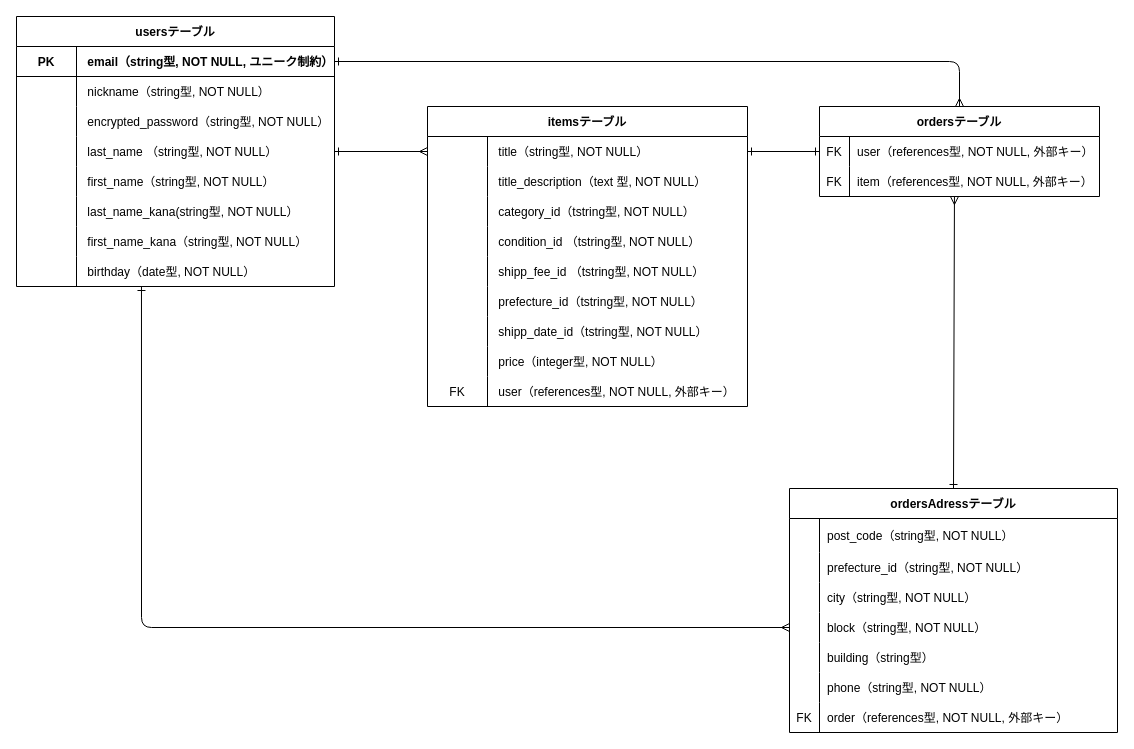
The draw.io diagram ER.dio in kiyo0522/furima-40252, before the edit. Source tidied: cells renumbered, new cells numbered last; positions are measured from the earlier drawing's top-left corner, leaving out a move shared by most shapes. Both pictures are drawn from the tidied source at 100%, with x=0, y=0 at pixel (1, 16).
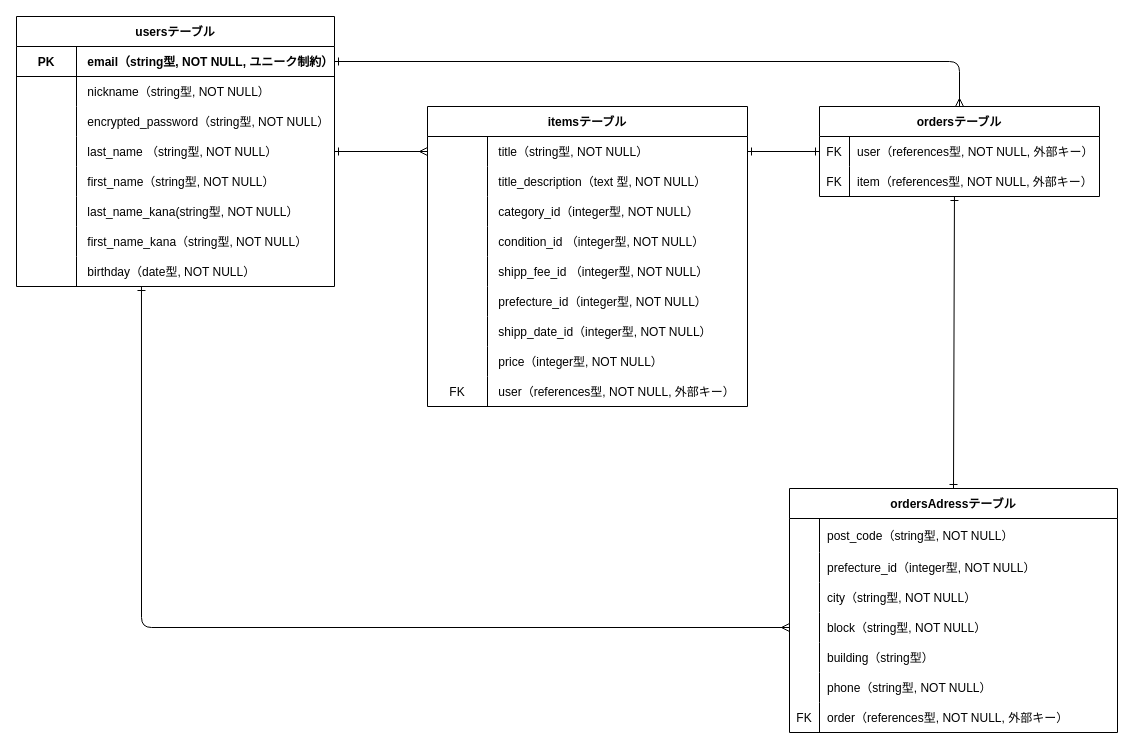
The same diagram, later.

Commit message (it also covers changes not shown here):
データベース設計の修正2

The change refers to these unchanged cells:
```xml
<mxCell id="37" style="shape=tableRow;horizontal=0;startSize=0;swimlaneHead=0;swimlaneBody=0;fillColor=none;top=0;left=0;right=0;bottom=0;" parent="30" vertex="1">
  <mxGeometry y="90" width="320" height="30" as="geometry" />
</mxCell>
<mxCell id="40" style="shape=tableRow;horizontal=0;startSize=0;swimlaneHead=0;swimlaneBody=0;fillColor=none;top=0;left=0;right=0;bottom=0;" parent="30" vertex="1">
  <mxGeometry y="120" width="320" height="30" as="geometry" />
</mxCell>
<mxCell id="43" style="shape=tableRow;horizontal=0;startSize=0;swimlaneHead=0;swimlaneBody=0;fillColor=none;top=0;left=0;right=0;bottom=0;" parent="30" vertex="1">
  <mxGeometry y="150" width="320" height="30" as="geometry" />
</mxCell>
<mxCell id="46" style="shape=tableRow;horizontal=0;startSize=0;swimlaneHead=0;swimlaneBody=0;fillColor=none;top=0;left=0;right=0;bottom=0;" parent="30" vertex="1">
  <mxGeometry y="180" width="320" height="30" as="geometry" />
</mxCell>
<mxCell id="49" style="shape=tableRow;horizontal=0;startSize=0;swimlaneHead=0;swimlaneBody=0;fillColor=none;top=0;left=0;right=0;bottom=0;" parent="30" vertex="1">
  <mxGeometry y="210" width="320" height="30" as="geometry" />
</mxCell>
<mxCell id="64" style="shape=tableRow;horizontal=0;startSize=0;swimlaneHead=0;swimlaneBody=0;fillColor=none;points=[[0,0.5],[1,0.5]];portConstraint=eastwest;top=0;left=0;right=0;bottom=0;strokeColor=default;" parent="60" vertex="1">
  <mxGeometry y="60" width="280" height="30" as="geometry" />
</mxCell>
<mxCell id="67" value="ordersAdressテーブル" style="shape=table;startSize=30;childLayout=tableLayout;rowLines=0;fontStyle=1;align=center;strokeColor=default;" parent="1" vertex="1">
  <mxGeometry x="788" y="472" width="328" height="244" as="geometry" />
</mxCell>
<mxCell id="71" style="shape=tableRow;horizontal=0;startSize=0;swimlaneHead=0;swimlaneBody=0;fillColor=none;top=0;left=0;right=0;bottom=0;strokeColor=default;" parent="67" vertex="1">
  <mxGeometry y="64" width="328" height="30" as="geometry" />
</mxCell>
```

The edit, as a diff of the source:
```diff
@@
-    <mxCell id="39" value=" category_id（tstring型, NOT NULL）" style="shape=partialRectangle;fillColor=none;top=0;left=0;bottom=0;right=0;align=left;spacingLeft=6;overflow=hidden;" parent="37" vertex="1">
+    <mxCell id="39" value=" category_id（integer型, NOT NULL）" style="shape=partialRectangle;fillColor=none;top=0;left=0;bottom=0;right=0;align=left;spacingLeft=6;overflow=hidden;" parent="37" vertex="1">
       <mxGeometry x="60" width="260" height="30" as="geometry" />
     </mxCell>
@@
-    <mxCell id="42" value=" condition_id （tstring型, NOT NULL）" style="shape=partialRectangle;fillColor=none;top=0;left=0;bottom=0;right=0;align=left;spacingLeft=6;overflow=hidden;" parent="40" vertex="1">
+    <mxCell id="42" value=" condition_id （integer型, NOT NULL）" style="shape=partialRectangle;fillColor=none;top=0;left=0;bottom=0;right=0;align=left;spacingLeft=6;overflow=hidden;" parent="40" vertex="1">
       <mxGeometry x="60" width="260" height="30" as="geometry" />
     </mxCell>
@@
-    <mxCell id="45" value=" shipp_fee_id （tstring型, NOT NULL）" style="shape=partialRectangle;fillColor=none;top=0;left=0;bottom=0;right=0;align=left;spacingLeft=6;overflow=hidden;" parent="43" vertex="1">
+    <mxCell id="45" value=" shipp_fee_id （integer型, NOT NULL）" style="shape=partialRectangle;fillColor=none;top=0;left=0;bottom=0;right=0;align=left;spacingLeft=6;overflow=hidden;" parent="43" vertex="1">
       <mxGeometry x="60" width="260" height="30" as="geometry" />
     </mxCell>
@@
-    <mxCell id="48" value=" prefecture_id（tstring型, NOT NULL）" style="shape=partialRectangle;fillColor=none;top=0;left=0;bottom=0;right=0;align=left;spacingLeft=6;overflow=hidden;" parent="46" vertex="1">
+    <mxCell id="48" value=" prefecture_id（integer型, NOT NULL）" style="shape=partialRectangle;fillColor=none;top=0;left=0;bottom=0;right=0;align=left;spacingLeft=6;overflow=hidden;" parent="46" vertex="1">
       <mxGeometry x="60" width="260" height="30" as="geometry" />
     </mxCell>
@@
-    <mxCell id="51" value=" shipp_date_id（tstring型, NOT NULL）" style="shape=partialRectangle;fillColor=none;top=0;left=0;bottom=0;right=0;align=left;spacingLeft=6;overflow=hidden;" parent="49" vertex="1">
+    <mxCell id="51" value=" shipp_date_id（integer型, NOT NULL）" style="shape=partialRectangle;fillColor=none;top=0;left=0;bottom=0;right=0;align=left;spacingLeft=6;overflow=hidden;" parent="49" vertex="1">
       <mxGeometry x="60" width="260" height="30" as="geometry" />
     </mxCell>
@@
-    <mxCell id="59" style="edgeStyle=none;rounded=1;jumpStyle=none;html=1;strokeWidth=1;startArrow=ERmany;startFill=0;endArrow=ERone;endFill=0;sourcePerimeterSpacing=0;targetPerimeterSpacing=10;exitX=0.482;exitY=1;exitDx=0;exitDy=0;exitPerimeter=0;entryX=0.5;entryY=0;entryDx=0;entryDy=0;" parent="1" edge="1" source="64" target="67">
+    <mxCell id="59" style="edgeStyle=none;rounded=1;jumpStyle=none;html=1;strokeWidth=1;startArrow=ERone;startFill=0;endArrow=ERone;endFill=0;sourcePerimeterSpacing=0;targetPerimeterSpacing=10;exitX=0.482;exitY=1;exitDx=0;exitDy=0;exitPerimeter=0;entryX=0.5;entryY=0;entryDx=0;entryDy=0;" parent="1" edge="1" source="64" target="67">
       <mxGeometry relative="1" as="geometry" />
     </mxCell>
@@
-    <mxCell id="73" value="prefecture_id（string型, NOT NULL）" style="shape=partialRectangle;fillColor=none;top=0;left=0;bottom=0;right=0;align=left;spacingLeft=6;overflow=hidden;strokeColor=default;" parent="71" vertex="1">
+    <mxCell id="73" value="prefecture_id（integer型, NOT NULL）" style="shape=partialRectangle;fillColor=none;top=0;left=0;bottom=0;right=0;align=left;spacingLeft=6;overflow=hidden;strokeColor=default;" parent="71" vertex="1">
       <mxGeometry x="30" width="298" height="30" as="geometry" />
     </mxCell>
```
